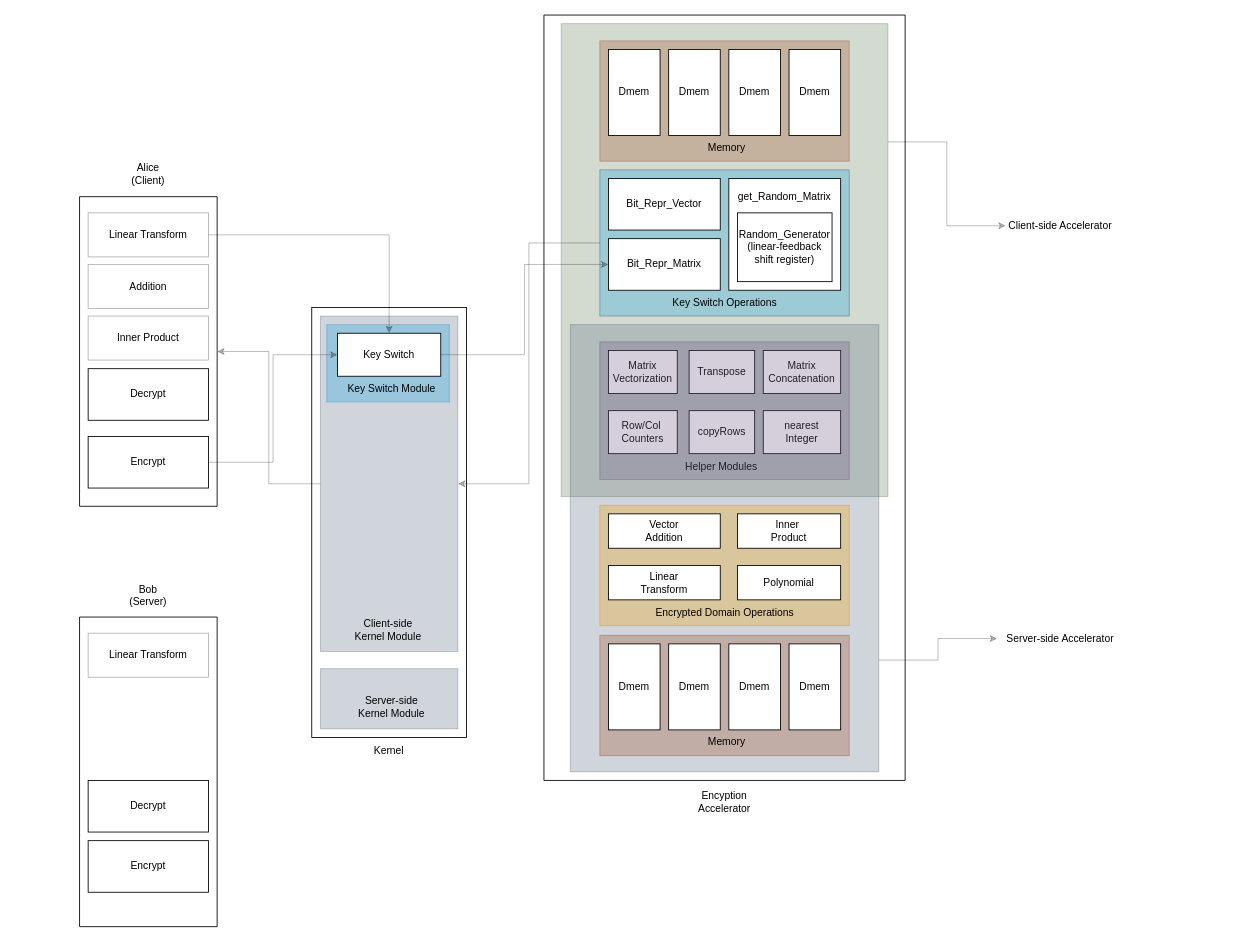
The draw.io diagram Design_Overview.drawio in helloworld1921/Fully_Homomorphic_Encryption_Accelerator, before the edit. Source tidied: cells renumbered, new cells numbered last; positions are measured from the earlier drawing's top-left corner, leaving out a move shared by most shapes. Both pictures are drawn from the tidied source at 86%, with x=0, y=0 at pixel (79, 15).
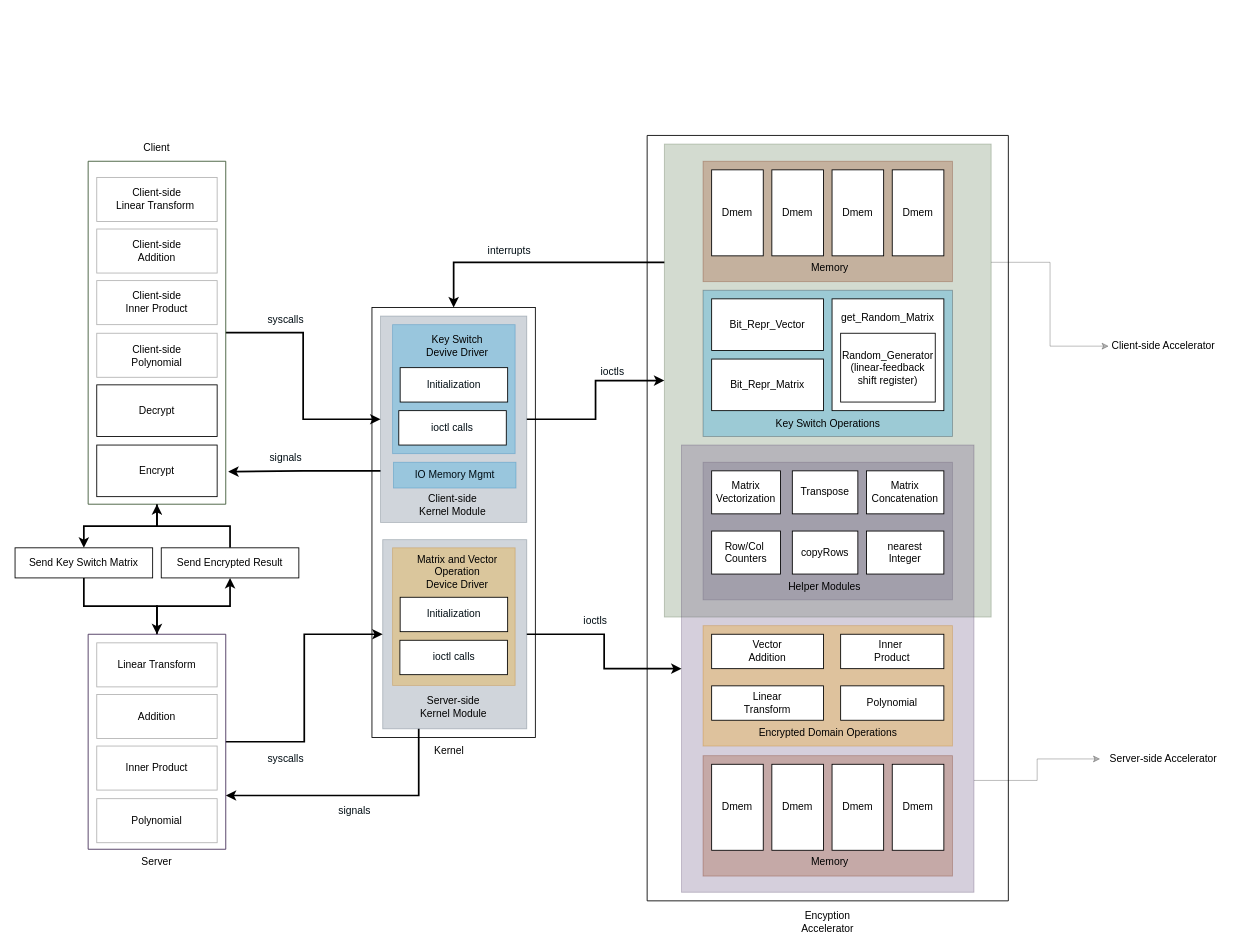
The same page after the edit.

The change refers to these unchanged cells:
```xml
<mxCell id="14" style="rounded=0;whiteSpace=wrap;html=1;strokeWidth=1;opacity=30;fillColor=#6d8764;fontColor=#ffffff;strokeColor=#3A5431;" parent="13" vertex="1">
  <mxGeometry x="20" y="10" width="380" height="550" as="geometry" />
</mxCell>
<mxCell id="18" style="rounded=0;whiteSpace=wrap;html=1;opacity=30;fillColor=#1ba1e2;fontColor=#ffffff;strokeColor=#000D14;strokeWidth=1;" parent="13" vertex="1">
  <mxGeometry x="65" y="180" width="290" height="170" as="geometry" />
</mxCell>
<mxCell id="20" value="Bit_Repr_Matrix" style="rounded=0;whiteSpace=wrap;html=1;" parent="13" vertex="1">
  <mxGeometry x="75" y="260" width="130" height="60" as="geometry" />
</mxCell>
```

What changed in the source:
```diff
@@
     <mxCell id="2" style="rounded=0;whiteSpace=wrap;html=1;" parent="1" vertex="1">
-      <mxGeometry x="270" y="340" width="180" height="500" as="geometry" />
+      <mxGeometry x="340" y="340" width="190" height="500" as="geometry" />
     </mxCell>
+    <mxCell id="68" style="edgeStyle=orthogonalEdgeStyle;rounded=0;jettySize=auto;html=1;exitX=1;exitY=0.5;exitDx=0;exitDy=0;fontColor=#000D14;strokeWidth=2;" parent="1" edge="1" source="4" target="14">
+      <mxGeometry relative="1" as="geometry" />
+    </mxCell>
-    <mxCell id="3" style="edgeStyle=orthogonalEdgeStyle;rounded=0;jettySize=auto;html=1;exitX=0;exitY=0.5;exitDx=0;exitDy=0;entryX=1;entryY=0.5;entryDx=0;entryDy=0;opacity=30;" parent="1" edge="1" source="4" target="6">
+    <mxCell id="3" style="edgeStyle=orthogonalEdgeStyle;rounded=0;jettySize=auto;html=1;exitX=0;exitY=0.75;exitDx=0;exitDy=0;entryX=1.018;entryY=0.905;entryDx=0;entryDy=0;entryPerimeter=0;fontColor=#000D14;strokeWidth=2;" parent="1" edge="1" source="4" target="6">
       <mxGeometry relative="1" as="geometry" />
     </mxCell>
     <mxCell id="4" style="rounded=0;whiteSpace=wrap;html=1;strokeWidth=1;opacity=30;fillColor=#647687;fontColor=#ffffff;strokeColor=#314354;" parent="1" vertex="1">
-      <mxGeometry x="280" y="350" width="160" height="390" as="geometry" />
+      <mxGeometry x="350" y="350" width="170" height="240" as="geometry" />
     </mxCell>
-    <mxCell id="5" style="rounded=0;whiteSpace=wrap;html=1;fillColor=#1ba1e2;fontColor=#ffffff;strokeColor=#006EAF;opacity=30;" parent="1" vertex="1">
-      <mxGeometry x="287.5" y="360" width="142.5" height="90" as="geometry" />
-    </mxCell>
+    <mxCell id="69" style="edgeStyle=orthogonalEdgeStyle;rounded=0;jettySize=auto;html=1;exitX=1;exitY=0.5;exitDx=0;exitDy=0;entryX=0;entryY=0.5;entryDx=0;entryDy=0;fontColor=#000D14;strokeWidth=2;" parent="1" edge="1" source="6" target="4">
+      <mxGeometry relative="1" as="geometry" />
+    </mxCell>
-    <mxCell id="6" style="swimlane;startSize=0;" parent="1" vertex="1">
-      <mxGeometry y="211.2" width="160" height="360" as="geometry" />
+    <mxCell id="6" style="swimlane;startSize=0;fillColor=#6d8764;fontColor=#ffffff;strokeColor=#3A5431;" parent="1" vertex="1">
+      <mxGeometry x="10" y="170" width="160" height="398.8" as="geometry" />
     </mxCell>
     <mxCell id="7" value="Decrypt" style="rounded=0;whiteSpace=wrap;html=1;" parent="6" vertex="1">
-      <mxGeometry x="10" y="200" width="140" height="60" as="geometry" />
+      <mxGeometry x="10" y="260" width="140" height="60" as="geometry" />
     </mxCell>
     <mxCell id="8" value="Encrypt" style="rounded=0;whiteSpace=wrap;html=1;" parent="6" vertex="1">
-      <mxGeometry x="10" y="278.8" width="140" height="60" as="geometry" />
+      <mxGeometry x="10" y="330" width="140" height="60" as="geometry" />
     </mxCell>
-    <mxCell id="9" value="Linear Transform" style="rounded=0;whiteSpace=wrap;html=1;strokeWidth=1;opacity=30;" parent="6" vertex="1">
+    <mxCell id="9" value="Client-side&lt;br&gt;Linear Transform&amp;nbsp;" style="rounded=0;whiteSpace=wrap;html=1;strokeWidth=1;opacity=30;" parent="6" vertex="1">
       <mxGeometry x="10" y="18.8" width="140" height="51.2" as="geometry" />
     </mxCell>
-    <mxCell id="10" value="Addition" style="rounded=0;whiteSpace=wrap;html=1;strokeWidth=1;opacity=30;" parent="6" vertex="1">
+    <mxCell id="10" value="Client-side&lt;br&gt;Addition" style="rounded=0;whiteSpace=wrap;html=1;strokeWidth=1;opacity=30;" parent="6" vertex="1">
       <mxGeometry x="10" y="78.8" width="140" height="51.2" as="geometry" />
     </mxCell>
-    <mxCell id="11" value="Inner Product" style="rounded=0;whiteSpace=wrap;html=1;strokeWidth=1;opacity=30;" parent="6" vertex="1">
+    <mxCell id="11" value="Client-side&lt;br&gt;Inner Product" style="rounded=0;whiteSpace=wrap;html=1;strokeWidth=1;opacity=30;" parent="6" vertex="1">
       <mxGeometry x="10" y="138.8" width="140" height="51.2" as="geometry" />
     </mxCell>
+    <mxCell id="70" value="Client-side&lt;br&gt;Polynomial" style="rounded=0;whiteSpace=wrap;html=1;strokeWidth=1;opacity=30;" parent="6" vertex="1">
+      <mxGeometry x="10" y="200" width="140" height="51.2" as="geometry" />
+    </mxCell>
+    <mxCell id="5" style="rounded=0;whiteSpace=wrap;html=1;fillColor=#1ba1e2;fontColor=#ffffff;strokeColor=#006EAF;opacity=30;" parent="1" vertex="1">
+      <mxGeometry x="364" y="360" width="142.5" height="150" as="geometry" />
+    </mxCell>
+    <mxCell id="71" style="edgeStyle=orthogonalEdgeStyle;rounded=0;jettySize=auto;html=1;exitX=0.5;exitY=1;exitDx=0;exitDy=0;entryX=0.5;entryY=0;entryDx=0;entryDy=0;strokeWidth=2;" parent="1" edge="1" source="6" target="80">
+      <mxGeometry relative="1" as="geometry" />
+    </mxCell>
-    <mxCell id="12" value="Alice&lt;br&gt;(Client)" style="text;html=1;strokeColor=none;fillColor=none;align=center;verticalAlign=middle;whiteSpace=wrap;rounded=0;" parent="1" vertex="1">
-      <mxGeometry x="50" y="170" width="60" height="30" as="geometry" />
+    <mxCell id="12" value="Client" style="text;html=1;strokeColor=none;fillColor=none;align=center;verticalAlign=middle;whiteSpace=wrap;rounded=0;" parent="1" vertex="1">
+      <mxGeometry x="60" y="140" width="60" height="30" as="geometry" />
     </mxCell>
     <mxCell id="13" style="swimlane;startSize=0;" parent="1" vertex="1">
-      <mxGeometry x="540" width="420" height="890" as="geometry" />
+      <mxGeometry x="660" y="140" width="420" height="890" as="geometry" />
     </mxCell>
+    <mxCell id="41" style="rounded=0;whiteSpace=wrap;html=1;strokeWidth=1;opacity=30;fillColor=#76608a;fontColor=#ffffff;strokeColor=#432D57;" parent="13" vertex="1">
+      <mxGeometry x="65" y="380" width="290" height="160" as="geometry" />
+    </mxCell>
@@
-    <mxCell id="15" style="rounded=0;whiteSpace=wrap;html=1;strokeWidth=1;opacity=30;fillColor=#647687;fontColor=#ffffff;strokeColor=#314354;" parent="13" vertex="1">
-      <mxGeometry x="30.6" y="360" width="358.8" height="520" as="geometry" />
+    <mxCell id="15" style="rounded=0;whiteSpace=wrap;html=1;strokeWidth=1;opacity=30;fillColor=#76608a;fontColor=#ffffff;strokeColor=#432D57;" parent="13" vertex="1">
+      <mxGeometry x="40" y="360" width="340" height="520" as="geometry" />
     </mxCell>
@@
-    <mxCell id="41" style="rounded=0;whiteSpace=wrap;html=1;strokeWidth=1;opacity=30;fillColor=#76608a;fontColor=#ffffff;strokeColor=#432D57;" parent="13" vertex="1">
-      <mxGeometry x="65" y="380" width="290" height="160" as="geometry" />
-    </mxCell>
@@
     <mxCell id="48" value="Encyption Accelerator" style="text;html=1;strokeColor=none;fillColor=none;align=center;verticalAlign=middle;whiteSpace=wrap;rounded=0;" parent="1" vertex="1">
-      <mxGeometry x="720" y="900" width="60" height="30" as="geometry" />
+      <mxGeometry x="840" y="1040" width="60" height="30" as="geometry" />
     </mxCell>
     <mxCell id="49" value="Client-side &lt;br&gt;Kernel Module" style="text;html=1;strokeColor=none;fillColor=none;align=center;verticalAlign=middle;whiteSpace=wrap;rounded=0;opacity=30;" parent="1" vertex="1">
-      <mxGeometry x="293.8" y="700" width="130" height="30" as="geometry" />
+      <mxGeometry x="368.8" y="550" width="130" height="40" as="geometry" />
     </mxCell>
+    <mxCell id="72" style="edgeStyle=orthogonalEdgeStyle;rounded=0;jettySize=auto;html=1;exitX=1;exitY=0.5;exitDx=0;exitDy=0;entryX=0;entryY=0.5;entryDx=0;entryDy=0;fontColor=#000D14;strokeWidth=2;" parent="1" edge="1" source="50" target="15">
+      <mxGeometry relative="1" as="geometry" />
+    </mxCell>
+    <mxCell id="73" style="edgeStyle=orthogonalEdgeStyle;rounded=0;jettySize=auto;html=1;exitX=0.25;exitY=1;exitDx=0;exitDy=0;entryX=1;entryY=0.75;entryDx=0;entryDy=0;fontColor=#000D14;strokeWidth=2;" parent="1" edge="1" source="50" target="55">
+      <mxGeometry relative="1" as="geometry" />
+    </mxCell>
     <mxCell id="50" style="rounded=0;whiteSpace=wrap;html=1;strokeWidth=1;opacity=30;fillColor=#647687;fontColor=#ffffff;strokeColor=#314354;" parent="1" vertex="1">
-      <mxGeometry x="280" y="760" width="160" height="70" as="geometry" />
+      <mxGeometry x="352.5" y="610" width="167.5" height="220" as="geometry" />
     </mxCell>
     <mxCell id="51" value="Kernel" style="text;html=1;strokeColor=none;fillColor=none;align=center;verticalAlign=middle;whiteSpace=wrap;rounded=0;" parent="1" vertex="1">
-      <mxGeometry x="330" y="841.2" width="60" height="30" as="geometry" />
+      <mxGeometry x="400" y="841.2" width="60" height="30" as="geometry" />
     </mxCell>
-    <mxCell id="52" value="Key Switch Module" style="text;html=1;strokeColor=none;fillColor=none;align=center;verticalAlign=middle;whiteSpace=wrap;rounded=0;opacity=30;" parent="1" vertex="1">
-      <mxGeometry x="307.5" y="420" width="110" height="30" as="geometry" />
+    <mxCell id="52" value="Key Switch &lt;br&gt;Devive Driver" style="text;html=1;strokeColor=none;fillColor=none;align=center;verticalAlign=middle;whiteSpace=wrap;rounded=0;opacity=30;" parent="1" vertex="1">
+      <mxGeometry x="377.8" y="370" width="122.5" height="30" as="geometry" />
     </mxCell>
-    <mxCell id="53" style="edgeStyle=orthogonalEdgeStyle;rounded=0;jettySize=auto;html=1;exitX=1;exitY=0.5;exitDx=0;exitDy=0;entryX=0;entryY=0.5;entryDx=0;entryDy=0;opacity=30;" parent="1" edge="1" source="54" target="20">
-      <mxGeometry relative="1" as="geometry" />
-    </mxCell>
-    <mxCell id="54" value="Key Switch" style="rounded=0;whiteSpace=wrap;html=1;" parent="1" vertex="1">
-      <mxGeometry x="300" y="370" width="120" height="50" as="geometry" />
-    </mxCell>
+    <mxCell id="74" style="edgeStyle=orthogonalEdgeStyle;rounded=0;jettySize=auto;html=1;exitX=0.5;exitY=0;exitDx=0;exitDy=0;entryX=0.5;entryY=1;entryDx=0;entryDy=0;strokeWidth=2;" parent="1" edge="1" source="55" target="82">
+      <mxGeometry relative="1" as="geometry" />
+    </mxCell>
+    <mxCell id="75" style="edgeStyle=orthogonalEdgeStyle;rounded=0;jettySize=auto;html=1;exitX=1;exitY=0.5;exitDx=0;exitDy=0;entryX=0;entryY=0.5;entryDx=0;entryDy=0;fontColor=#000D14;strokeWidth=2;" parent="1" edge="1" source="55" target="50">
+      <mxGeometry relative="1" as="geometry" />
+    </mxCell>
-    <mxCell id="55" style="swimlane;startSize=0;" parent="1" vertex="1">
-      <mxGeometry y="700" width="160" height="360" as="geometry" />
+    <mxCell id="55" style="swimlane;startSize=0;fillColor=#76608a;fontColor=#ffffff;strokeColor=#432D57;" parent="1" vertex="1">
+      <mxGeometry x="10" y="720" width="160" height="250" as="geometry" />
     </mxCell>
-    <mxCell id="56" value="Decrypt" style="rounded=0;whiteSpace=wrap;html=1;" parent="55" vertex="1">
-      <mxGeometry x="10" y="190" width="140" height="60" as="geometry" />
-    </mxCell>
-    <mxCell id="57" value="Encrypt" style="rounded=0;whiteSpace=wrap;html=1;" parent="55" vertex="1">
-      <mxGeometry x="10" y="260" width="140" height="60" as="geometry" />
-    </mxCell>
     <mxCell id="58" value="Linear Transform" style="rounded=0;whiteSpace=wrap;html=1;strokeWidth=1;opacity=30;" parent="55" vertex="1">
-      <mxGeometry x="10" y="18.8" width="140" height="51.2" as="geometry" />
+      <mxGeometry x="10" y="10" width="140" height="51.2" as="geometry" />
     </mxCell>
+    <mxCell id="76" value="Addition" style="rounded=0;whiteSpace=wrap;html=1;strokeWidth=1;opacity=30;" parent="55" vertex="1">
+      <mxGeometry x="10" y="70" width="140" height="51.2" as="geometry" />
+    </mxCell>
+    <mxCell id="77" value="Inner Product" style="rounded=0;whiteSpace=wrap;html=1;strokeWidth=1;opacity=30;" parent="55" vertex="1">
+      <mxGeometry x="10" y="130" width="140" height="51.2" as="geometry" />
+    </mxCell>
+    <mxCell id="78" value="Polynomial" style="rounded=0;whiteSpace=wrap;html=1;strokeWidth=1;opacity=30;" parent="55" vertex="1">
+      <mxGeometry x="10" y="191.2" width="140" height="51.2" as="geometry" />
+    </mxCell>
-    <mxCell id="59" value="Bob&lt;br&gt;(Server)" style="text;html=1;strokeColor=none;fillColor=none;align=center;verticalAlign=middle;whiteSpace=wrap;rounded=0;" parent="1" vertex="1">
-      <mxGeometry x="50" y="660" width="60" height="30" as="geometry" />
+    <mxCell id="59" value="Server" style="text;html=1;strokeColor=none;fillColor=none;align=center;verticalAlign=middle;whiteSpace=wrap;rounded=0;" parent="1" vertex="1">
+      <mxGeometry x="60" y="970" width="60" height="30" as="geometry" />
     </mxCell>
     <mxCell id="60" value="Server-side &lt;br&gt;Kernel Module" style="text;html=1;strokeColor=none;fillColor=none;align=center;verticalAlign=middle;whiteSpace=wrap;rounded=0;opacity=30;" parent="1" vertex="1">
-      <mxGeometry x="297.5" y="790" width="130" height="30" as="geometry" />
+      <mxGeometry x="370.2" y="790" width="130" height="30" as="geometry" />
     </mxCell>
-    <mxCell id="61" style="edgeStyle=orthogonalEdgeStyle;rounded=0;jettySize=auto;html=1;exitX=1;exitY=0.5;exitDx=0;exitDy=0;opacity=30;" parent="1" edge="1" source="9" target="54">
-      <mxGeometry relative="1" as="geometry" />
-    </mxCell>
-    <mxCell id="62" style="edgeStyle=orthogonalEdgeStyle;rounded=0;jettySize=auto;html=1;exitX=0;exitY=0.5;exitDx=0;exitDy=0;entryX=1;entryY=0.5;entryDx=0;entryDy=0;opacity=30;" parent="1" edge="1" source="18" target="4">
-      <mxGeometry relative="1" as="geometry" />
-    </mxCell>
-    <mxCell id="63" style="edgeStyle=orthogonalEdgeStyle;rounded=0;jettySize=auto;html=1;exitX=1;exitY=0.5;exitDx=0;exitDy=0;entryX=0;entryY=0.5;entryDx=0;entryDy=0;opacity=30;" parent="1" edge="1" source="8" target="54">
-      <mxGeometry relative="1" as="geometry" />
-    </mxCell>
     <mxCell id="64" value="Client-side Accelerator" style="text;html=1;strokeColor=none;fillColor=none;align=center;verticalAlign=middle;whiteSpace=wrap;rounded=0;opacity=30;" parent="1" vertex="1">
-      <mxGeometry x="1077" y="230" width="127" height="30" as="geometry" />
+      <mxGeometry x="1197" y="370" width="127" height="30" as="geometry" />
     </mxCell>
@@
     <mxCell id="66" value="Server-side Accelerator" style="text;html=1;strokeColor=none;fillColor=none;align=center;verticalAlign=middle;whiteSpace=wrap;rounded=0;opacity=30;" parent="1" vertex="1">
-      <mxGeometry x="1067" y="710" width="146.6" height="30" as="geometry" />
+      <mxGeometry x="1187" y="850" width="146.6" height="30" as="geometry" />
     </mxCell>
@@
+    <mxCell id="79" style="edgeStyle=orthogonalEdgeStyle;rounded=0;jettySize=auto;html=1;exitX=0.5;exitY=1;exitDx=0;exitDy=0;entryX=0.5;entryY=0;entryDx=0;entryDy=0;strokeWidth=2;" parent="1" edge="1" source="80" target="55">
+      <mxGeometry relative="1" as="geometry" />
+    </mxCell>
+    <mxCell id="80" value="&lt;span&gt;Send Key Switch Matrix&lt;/span&gt;" style="rounded=0;whiteSpace=wrap;html=1;strokeWidth=1;" parent="1" vertex="1">
+      <mxGeometry x="-75" y="619.5" width="160" height="35" as="geometry" />
+    </mxCell>
+    <mxCell id="81" style="edgeStyle=orthogonalEdgeStyle;rounded=0;jettySize=auto;html=1;exitX=0.5;exitY=0;exitDx=0;exitDy=0;entryX=0.5;entryY=1;entryDx=0;entryDy=0;strokeWidth=2;" parent="1" edge="1" source="82" target="6">
+      <mxGeometry relative="1" as="geometry" />
+    </mxCell>
+    <mxCell id="82" value="&lt;span&gt;Send Encrypted Result&lt;/span&gt;" style="rounded=0;whiteSpace=wrap;html=1;strokeWidth=1;" parent="1" vertex="1">
+      <mxGeometry x="95" y="619.5" width="160" height="35" as="geometry" />
+    </mxCell>
+    <mxCell id="83" style="rounded=0;whiteSpace=wrap;html=1;fillColor=#f0a30a;fontColor=#000000;strokeColor=#BD7000;opacity=30;" parent="1" vertex="1">
+      <mxGeometry x="364" y="619.5" width="142.5" height="160" as="geometry" />
+    </mxCell>
+    <mxCell id="84" value="Matrix and Vector Operation &lt;br&gt;Device Driver" style="text;html=1;strokeColor=none;fillColor=none;align=center;verticalAlign=middle;whiteSpace=wrap;rounded=0;opacity=30;" parent="1" vertex="1">
+      <mxGeometry x="377.8" y="632" width="122.5" height="31.2" as="geometry" />
+    </mxCell>
+    <mxCell id="85" value="&lt;font color=&quot;#000d14&quot;&gt;IO Memory Mgmt&lt;/font&gt;" style="rounded=0;whiteSpace=wrap;html=1;fillColor=#1ba1e2;fontColor=#ffffff;strokeColor=#006EAF;opacity=30;" parent="1" vertex="1">
+      <mxGeometry x="365" y="520" width="142.5" height="30" as="geometry" />
+    </mxCell>
+    <mxCell id="86" value="&lt;font color=&quot;#000d14&quot;&gt;Initialization&lt;/font&gt;" style="rounded=0;whiteSpace=wrap;html=1;" parent="1" vertex="1">
+      <mxGeometry x="372.8" y="410" width="125" height="40" as="geometry" />
+    </mxCell>
+    <mxCell id="87" value="&lt;font color=&quot;#000d14&quot;&gt;Initialization&lt;/font&gt;" style="rounded=0;whiteSpace=wrap;html=1;" parent="1" vertex="1">
+      <mxGeometry x="372.8" y="677" width="125" height="40" as="geometry" />
+    </mxCell>
+    <mxCell id="88" value="&lt;span style=&quot;color: rgb(0 , 13 , 20)&quot;&gt;ioctl calls&lt;/span&gt;" style="rounded=0;whiteSpace=wrap;html=1;" parent="1" vertex="1">
+      <mxGeometry x="372.5" y="727" width="125" height="40" as="geometry" />
+    </mxCell>
+    <mxCell id="89" value="&lt;font color=&quot;#000d14&quot;&gt;ioctl calls&lt;/font&gt;" style="rounded=0;whiteSpace=wrap;html=1;" parent="1" vertex="1">
+      <mxGeometry x="371.2" y="460" width="125" height="40" as="geometry" />
+    </mxCell>
+    <mxCell id="90" value="syscalls" style="text;html=1;strokeColor=none;fillColor=none;align=center;verticalAlign=middle;whiteSpace=wrap;rounded=0;fontColor=#000D14;" parent="1" vertex="1">
+      <mxGeometry x="210" y="340" width="60" height="30" as="geometry" />
+    </mxCell>
+    <mxCell id="91" value="syscalls" style="text;html=1;strokeColor=none;fillColor=none;align=center;verticalAlign=middle;whiteSpace=wrap;rounded=0;fontColor=#000D14;" parent="1" vertex="1">
+      <mxGeometry x="210" y="850" width="60" height="30" as="geometry" />
+    </mxCell>
+    <mxCell id="92" value="ioctls" style="text;html=1;strokeColor=none;fillColor=none;align=center;verticalAlign=middle;whiteSpace=wrap;rounded=0;fontColor=#000D14;" parent="1" vertex="1">
+      <mxGeometry x="590" y="400" width="60" height="30" as="geometry" />
+    </mxCell>
+    <mxCell id="93" value="ioctls" style="text;html=1;strokeColor=none;fillColor=none;align=center;verticalAlign=middle;whiteSpace=wrap;rounded=0;fontColor=#000D14;" parent="1" vertex="1">
+      <mxGeometry x="570" y="690" width="60" height="30" as="geometry" />
+    </mxCell>
+    <mxCell id="94" style="edgeStyle=orthogonalEdgeStyle;rounded=0;jettySize=auto;html=1;exitX=0;exitY=0.25;exitDx=0;exitDy=0;entryX=0.5;entryY=0;entryDx=0;entryDy=0;fontColor=#000D14;strokeWidth=2;" parent="1" edge="1" source="14" target="2">
+      <mxGeometry relative="1" as="geometry" />
+    </mxCell>
+    <mxCell id="95" value="interrupts" style="text;html=1;strokeColor=none;fillColor=none;align=center;verticalAlign=middle;whiteSpace=wrap;rounded=0;fontColor=#000D14;" parent="1" vertex="1">
+      <mxGeometry x="470" y="259" width="60" height="30" as="geometry" />
+    </mxCell>
+    <mxCell id="96" value="signals" style="text;html=1;strokeColor=none;fillColor=none;align=center;verticalAlign=middle;whiteSpace=wrap;rounded=0;fontColor=#000D14;" parent="1" vertex="1">
+      <mxGeometry x="210" y="500" width="60" height="30" as="geometry" />
+    </mxCell>
+    <mxCell id="97" value="signals" style="text;html=1;strokeColor=none;fillColor=none;align=center;verticalAlign=middle;whiteSpace=wrap;rounded=0;fontColor=#000D14;" parent="1" vertex="1">
+      <mxGeometry x="290" y="910" width="60" height="30" as="geometry" />
+    </mxCell>
```
